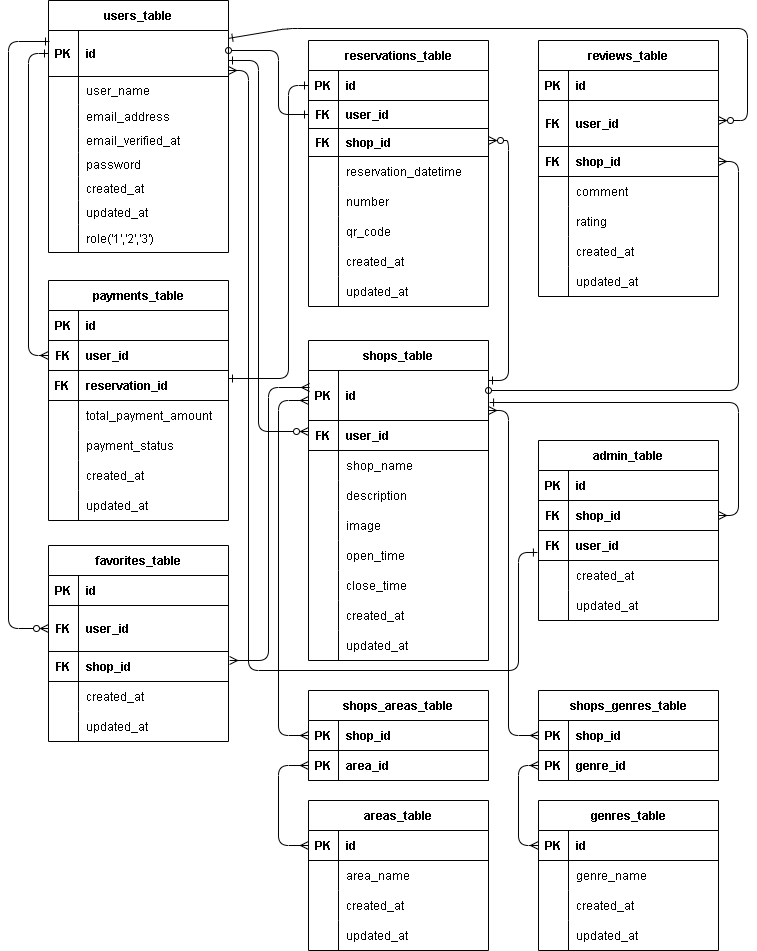
Earlier version of the draw.io export src/rese.drawio.png (ponponmama/2024-07-13). Source tidied: cells renumbered, new cells last; positions are measured from the earlier drawing's top-left corner, leaving out a move shared by most shapes.
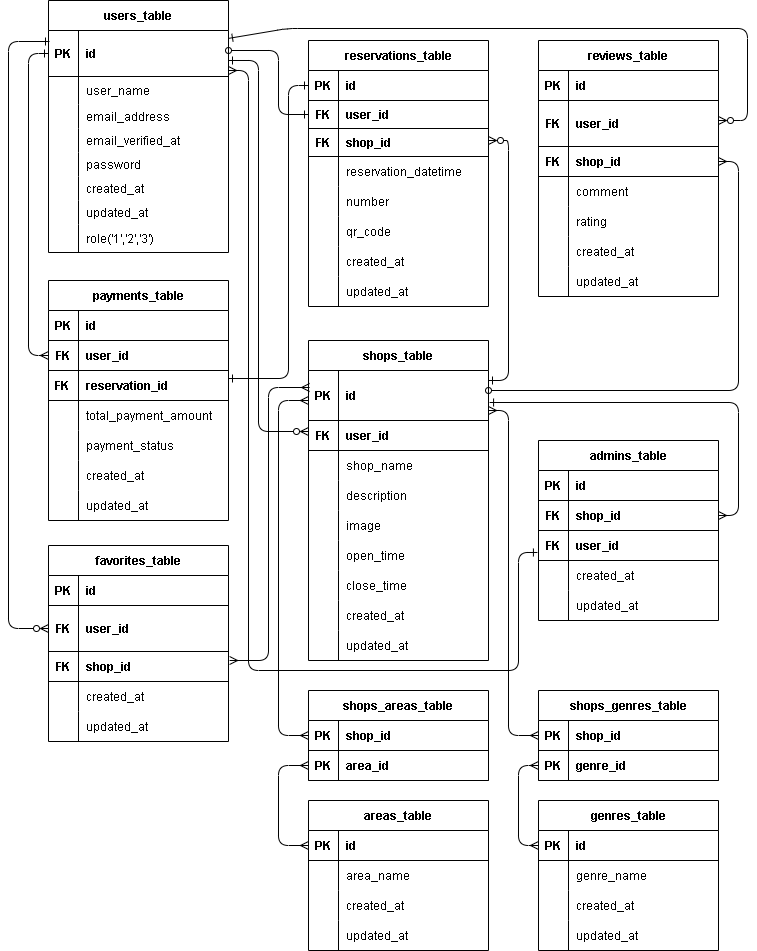
Later version of the same file.

Commit message:
ER図のテーブル名修正

Diff of the diagram source:
```diff
@@ -86,7 +86,7 @@
         </Array>
       </mxGeometry>
     </mxCell>
-    <mxCell id="28" value="admin_table" style="shape=table;startSize=30;rowLines=0;fontStyle=1;align=center;strokeColor=#000000;strokeWidth=1;fontColor=#000000;fillColor=none;" parent="1" vertex="1">
+    <mxCell id="28" value="admins_table" style="shape=table;startSize=30;rowLines=0;fontStyle=1;align=center;strokeColor=#000000;strokeWidth=1;fontColor=#000000;fillColor=none;" parent="1" vertex="1">
       <mxGeometry x="530" y="440" width="180" height="180" as="geometry" />
     </mxCell>
     <mxCell id="29" style="shape=tableRow;horizontal=0;startSize=0;swimlaneHead=0;swimlaneBody=0;fillColor=none;top=0;left=0;right=0;bottom=1;strokeColor=#000000;strokeWidth=1;fontColor=#000000;" parent="28" vertex="1">
```
